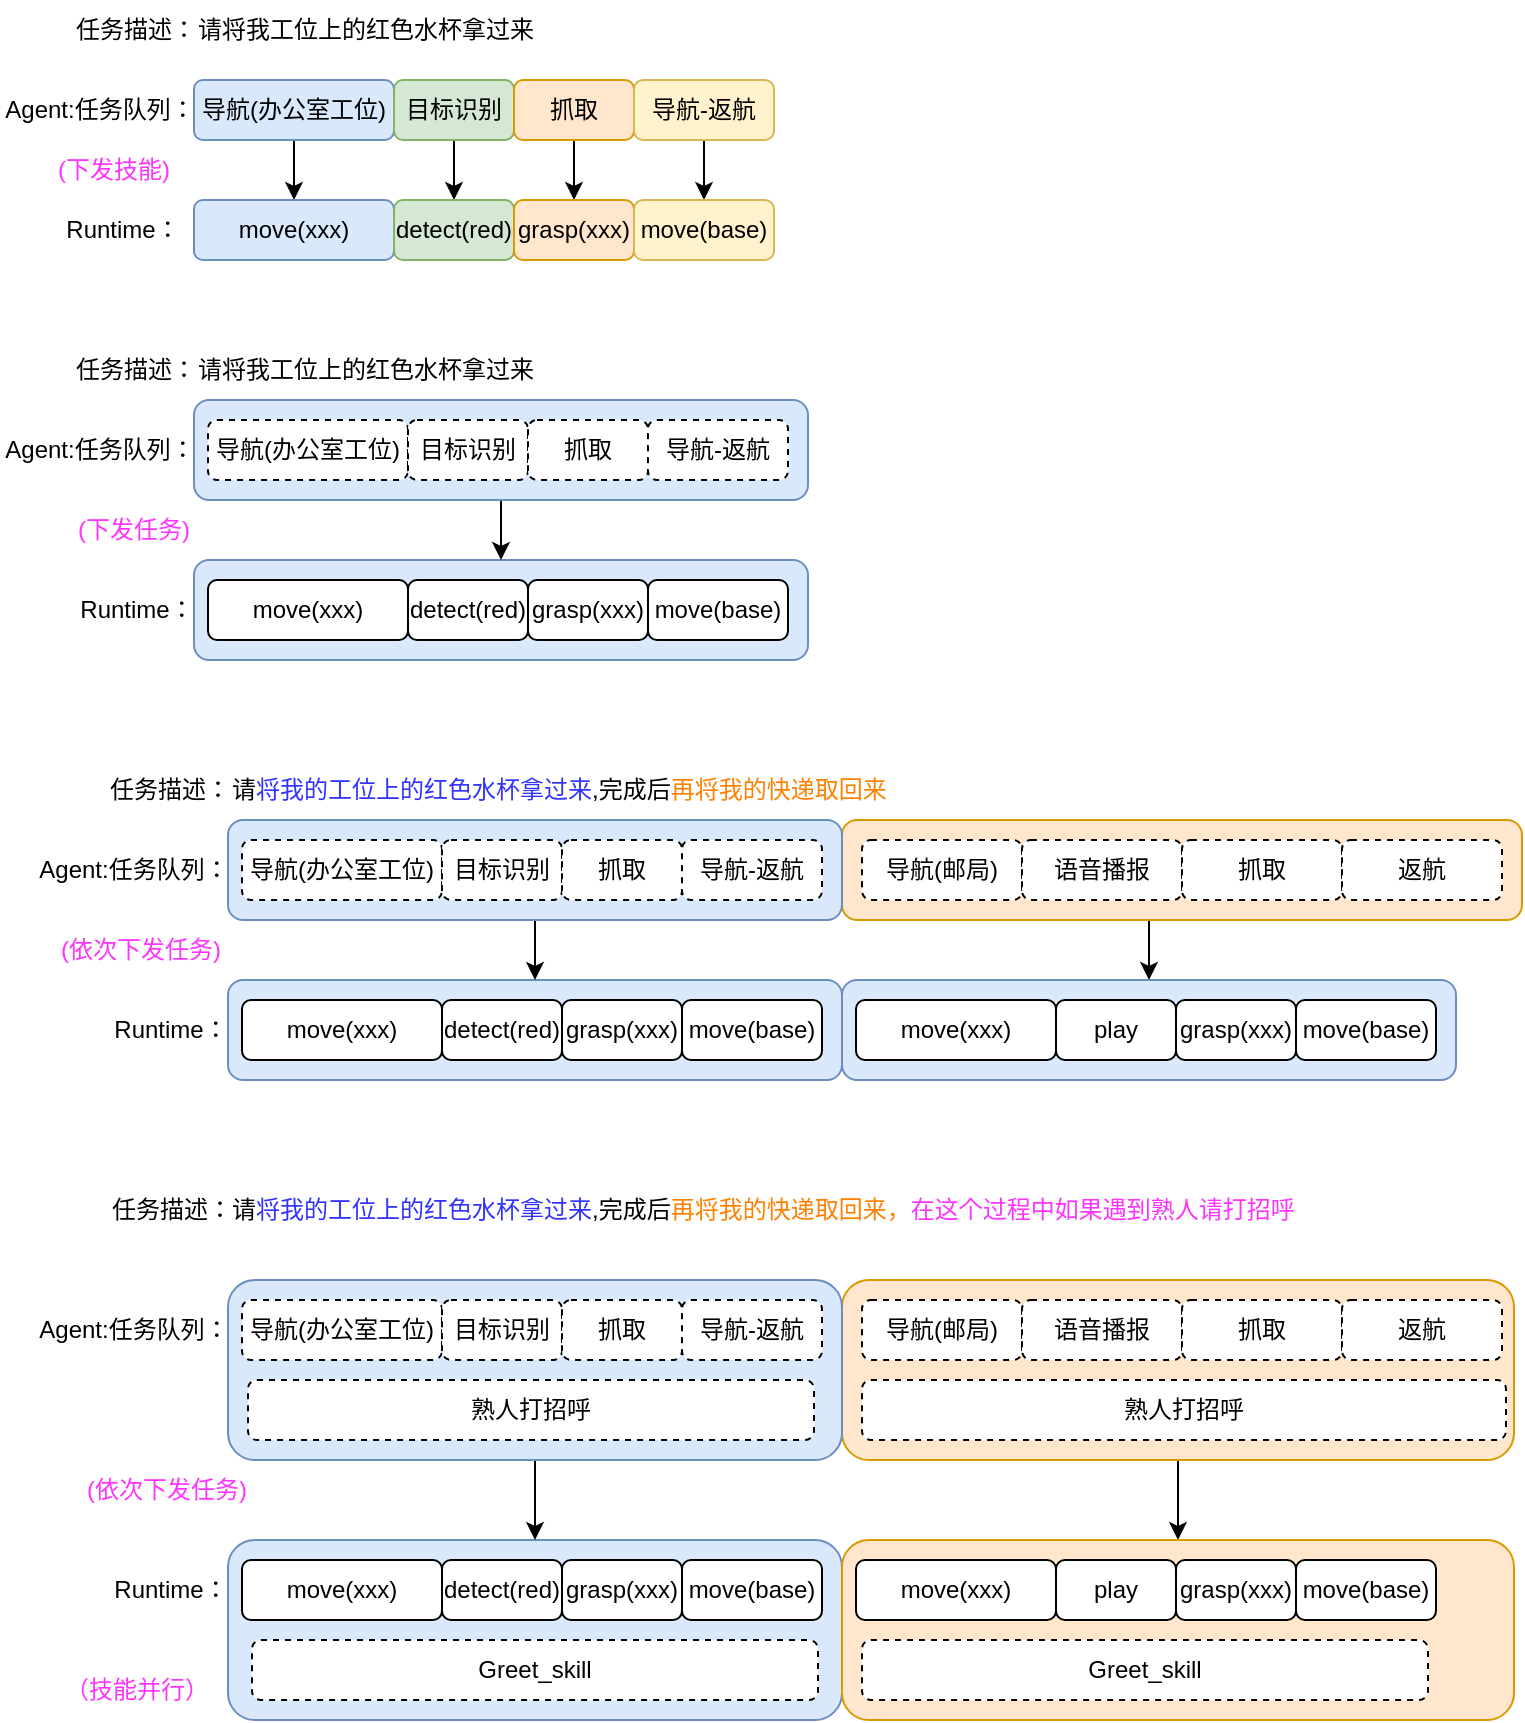
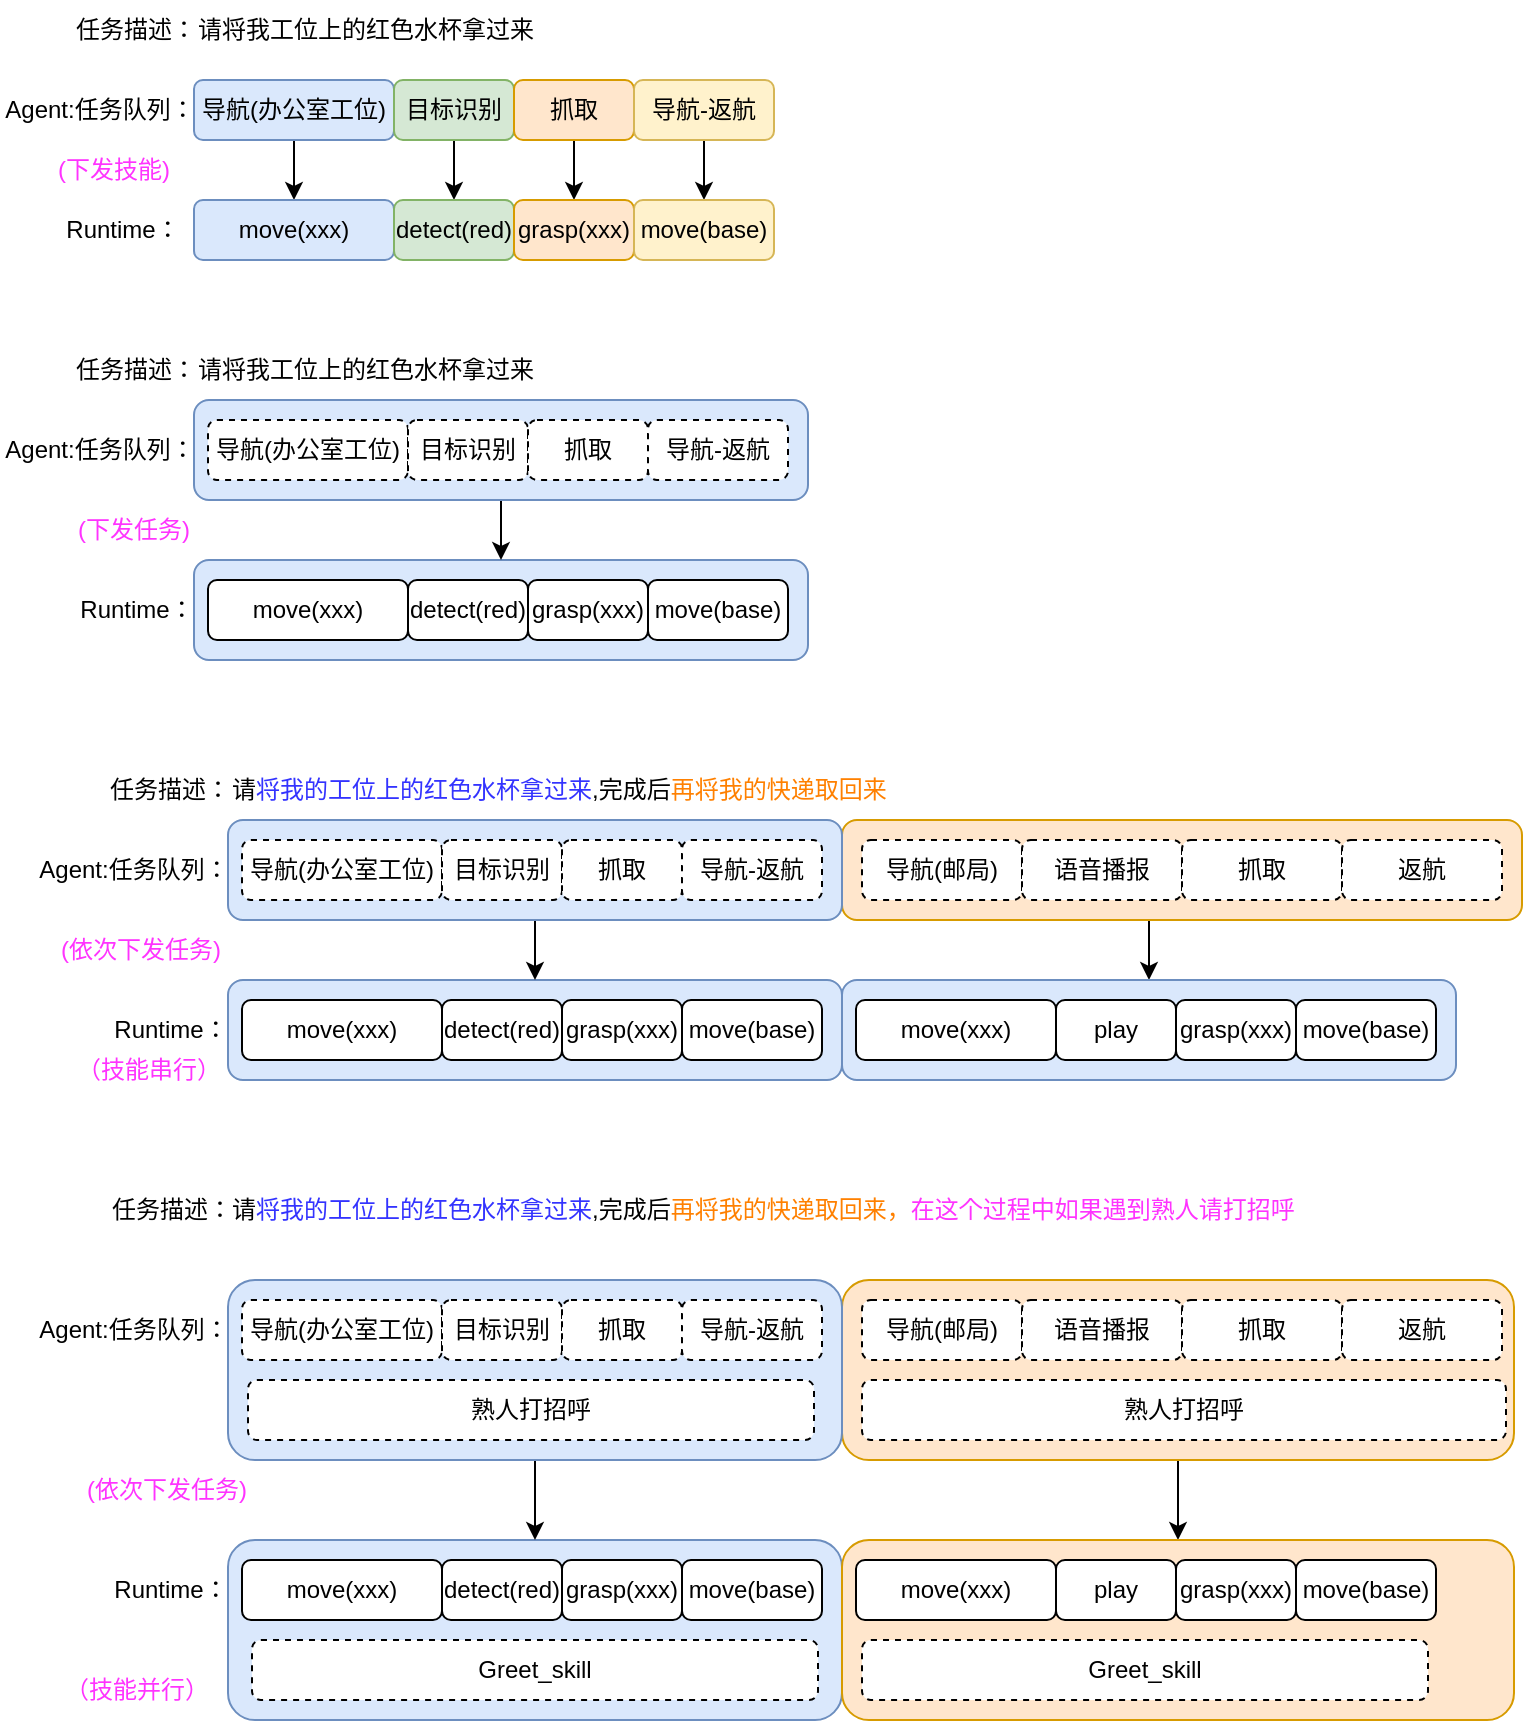
<mxfile host="app.diagrams.net">
  <diagram name="第 1 页" id="AqDmRzZVIJ-5uyctXJOA">
    <mxGraphModel dx="1120" dy="637" grid="1" gridSize="10" guides="1" tooltips="1" connect="1" arrows="1" fold="1" page="1" pageScale="1" pageWidth="2339" pageHeight="3300" math="0" shadow="0">
      <root>
        <mxCell id="0" />
        <mxCell id="1" parent="0" />
        <mxCell id="TX6EBbOIm9mCNyf-wsjQ-69" edge="1" parent="1" source="TX6EBbOIm9mCNyf-wsjQ-63" style="edgeStyle=orthogonalEdgeStyle;rounded=0;orthogonalLoop=1;jettySize=auto;html=1;exitX=0.5;exitY=1;exitDx=0;exitDy=0;entryX=0.5;entryY=0;entryDx=0;entryDy=0;" target="TX6EBbOIm9mCNyf-wsjQ-64">
          <mxGeometry relative="1" as="geometry" />
        </mxCell>
        <mxCell id="TX6EBbOIm9mCNyf-wsjQ-63" parent="1" style="rounded=1;whiteSpace=wrap;html=1;fillColor=#ffe6cc;strokeColor=#d79b00;" value="" vertex="1">
          <mxGeometry height="50" width="340" x="444" y="740" as="geometry" />
        </mxCell>
        <mxCell id="TX6EBbOIm9mCNyf-wsjQ-37" parent="1" style="rounded=1;whiteSpace=wrap;html=1;fillColor=#dae8fc;strokeColor=#6c8ebf;" value="" vertex="1">
          <mxGeometry height="50" width="307" x="120" y="610" as="geometry" />
        </mxCell>
        <mxCell id="TX6EBbOIm9mCNyf-wsjQ-38" edge="1" parent="1" source="TX6EBbOIm9mCNyf-wsjQ-36" style="edgeStyle=orthogonalEdgeStyle;rounded=0;orthogonalLoop=1;jettySize=auto;html=1;exitX=0.5;exitY=1;exitDx=0;exitDy=0;entryX=0.5;entryY=0;entryDx=0;entryDy=0;" target="TX6EBbOIm9mCNyf-wsjQ-37">
          <mxGeometry relative="1" as="geometry" />
        </mxCell>
        <mxCell id="TX6EBbOIm9mCNyf-wsjQ-36" parent="1" style="rounded=1;whiteSpace=wrap;html=1;fillColor=#dae8fc;strokeColor=#6c8ebf;" value="" vertex="1">
          <mxGeometry height="50" width="307" x="120" y="530" as="geometry" />
        </mxCell>
        <mxCell id="TX6EBbOIm9mCNyf-wsjQ-15" edge="1" parent="1" source="TX6EBbOIm9mCNyf-wsjQ-1" style="edgeStyle=orthogonalEdgeStyle;rounded=0;orthogonalLoop=1;jettySize=auto;html=1;exitX=0.5;exitY=1;exitDx=0;exitDy=0;entryX=0.5;entryY=0;entryDx=0;entryDy=0;" target="TX6EBbOIm9mCNyf-wsjQ-11">
          <mxGeometry relative="1" as="geometry" />
        </mxCell>
        <mxCell id="TX6EBbOIm9mCNyf-wsjQ-1" parent="1" style="rounded=1;whiteSpace=wrap;html=1;fillColor=#dae8fc;strokeColor=#6c8ebf;" value="导航(办公室工位)" vertex="1">
          <mxGeometry height="30" width="100" x="120" y="370" as="geometry" />
        </mxCell>
        <mxCell id="TX6EBbOIm9mCNyf-wsjQ-2" parent="1" style="text;html=1;whiteSpace=wrap;strokeColor=none;fillColor=none;align=center;verticalAlign=middle;rounded=0;" value="Agent:任务队列：" vertex="1">
          <mxGeometry height="30" width="100" x="23" y="370" as="geometry" />
        </mxCell>
        <mxCell id="TX6EBbOIm9mCNyf-wsjQ-3" parent="1" style="text;html=1;whiteSpace=wrap;strokeColor=none;fillColor=none;align=center;verticalAlign=middle;rounded=0;" value="任务描述：" vertex="1">
          <mxGeometry height="30" width="70" x="56" y="330" as="geometry" />
        </mxCell>
        <mxCell id="TX6EBbOIm9mCNyf-wsjQ-4" parent="1" style="text;html=1;whiteSpace=wrap;strokeColor=none;fillColor=none;align=left;verticalAlign=middle;rounded=0;" value="请将我工位上的红色水杯拿过来" vertex="1">
          <mxGeometry height="30" width="220" x="120" y="330" as="geometry" />
        </mxCell>
        <mxCell id="TX6EBbOIm9mCNyf-wsjQ-16" edge="1" parent="1" source="TX6EBbOIm9mCNyf-wsjQ-5" style="edgeStyle=orthogonalEdgeStyle;rounded=0;orthogonalLoop=1;jettySize=auto;html=1;exitX=0.5;exitY=1;exitDx=0;exitDy=0;entryX=0.5;entryY=0;entryDx=0;entryDy=0;" target="TX6EBbOIm9mCNyf-wsjQ-12">
          <mxGeometry relative="1" as="geometry" />
        </mxCell>
        <mxCell id="TX6EBbOIm9mCNyf-wsjQ-5" parent="1" style="rounded=1;whiteSpace=wrap;html=1;fillColor=#d5e8d4;strokeColor=#82b366;" value="目标识别" vertex="1">
          <mxGeometry height="30" width="60" x="220" y="370" as="geometry" />
        </mxCell>
        <mxCell id="TX6EBbOIm9mCNyf-wsjQ-17" edge="1" parent="1" source="TX6EBbOIm9mCNyf-wsjQ-6" style="edgeStyle=orthogonalEdgeStyle;rounded=0;orthogonalLoop=1;jettySize=auto;html=1;exitX=0.5;exitY=1;exitDx=0;exitDy=0;entryX=0.5;entryY=0;entryDx=0;entryDy=0;" target="TX6EBbOIm9mCNyf-wsjQ-13">
          <mxGeometry relative="1" as="geometry" />
        </mxCell>
        <mxCell id="TX6EBbOIm9mCNyf-wsjQ-6" parent="1" style="rounded=1;whiteSpace=wrap;html=1;fillColor=#ffe6cc;strokeColor=#d79b00;" value="抓取" vertex="1">
          <mxGeometry height="30" width="60" x="280" y="370" as="geometry" />
        </mxCell>
        <mxCell id="TX6EBbOIm9mCNyf-wsjQ-18" edge="1" parent="1" source="TX6EBbOIm9mCNyf-wsjQ-7" style="edgeStyle=orthogonalEdgeStyle;rounded=0;orthogonalLoop=1;jettySize=auto;html=1;exitX=0.5;exitY=1;exitDx=0;exitDy=0;entryX=0.5;entryY=0;entryDx=0;entryDy=0;" target="TX6EBbOIm9mCNyf-wsjQ-14">
          <mxGeometry relative="1" as="geometry" />
        </mxCell>
        <mxCell id="TX6EBbOIm9mCNyf-wsjQ-7" parent="1" style="rounded=1;whiteSpace=wrap;html=1;fillColor=#fff2cc;strokeColor=#d6b656;" value="导航-返航" vertex="1">
          <mxGeometry height="30" width="70" x="340" y="370" as="geometry" />
        </mxCell>
        <mxCell id="TX6EBbOIm9mCNyf-wsjQ-8" parent="1" style="text;html=1;whiteSpace=wrap;strokeColor=none;fillColor=none;align=center;verticalAlign=middle;rounded=0;" value="Runtime：" vertex="1">
          <mxGeometry height="30" width="57" x="56" y="430" as="geometry" />
        </mxCell>
        <mxCell id="TX6EBbOIm9mCNyf-wsjQ-11" parent="1" style="rounded=1;whiteSpace=wrap;html=1;fillColor=#dae8fc;strokeColor=#6c8ebf;" value="move(xxx)" vertex="1">
          <mxGeometry height="30" width="100" x="120" y="430" as="geometry" />
        </mxCell>
        <mxCell id="TX6EBbOIm9mCNyf-wsjQ-12" parent="1" style="rounded=1;whiteSpace=wrap;html=1;fillColor=#d5e8d4;strokeColor=#82b366;" value="detect(red)" vertex="1">
          <mxGeometry height="30" width="60" x="220" y="430" as="geometry" />
        </mxCell>
        <mxCell id="TX6EBbOIm9mCNyf-wsjQ-13" parent="1" style="rounded=1;whiteSpace=wrap;html=1;fillColor=#ffe6cc;strokeColor=#d79b00;" value="grasp(xxx)" vertex="1">
          <mxGeometry height="30" width="60" x="280" y="430" as="geometry" />
        </mxCell>
        <mxCell id="TX6EBbOIm9mCNyf-wsjQ-14" parent="1" style="rounded=1;whiteSpace=wrap;html=1;fillColor=#fff2cc;strokeColor=#d6b656;" value="move(base)" vertex="1">
          <mxGeometry height="30" width="70" x="340" y="430" as="geometry" />
        </mxCell>
        <mxCell id="TX6EBbOIm9mCNyf-wsjQ-19" parent="1" style="text;html=1;whiteSpace=wrap;strokeColor=none;fillColor=none;align=left;verticalAlign=middle;rounded=0;" value="请将我工位上的红色水杯拿过来" vertex="1">
          <mxGeometry height="30" width="220" x="120" y="500" as="geometry" />
        </mxCell>
        <mxCell id="TX6EBbOIm9mCNyf-wsjQ-20" parent="1" style="text;html=1;whiteSpace=wrap;strokeColor=none;fillColor=none;align=center;verticalAlign=middle;rounded=0;" value="任务描述：" vertex="1">
          <mxGeometry height="30" width="70" x="56" y="500" as="geometry" />
        </mxCell>
        <mxCell id="TX6EBbOIm9mCNyf-wsjQ-22" parent="1" style="rounded=1;whiteSpace=wrap;html=1;dashed=1;" value="导航(办公室工位)" vertex="1">
          <mxGeometry height="30" width="100" x="127" y="540" as="geometry" />
        </mxCell>
        <mxCell id="TX6EBbOIm9mCNyf-wsjQ-23" parent="1" style="text;html=1;whiteSpace=wrap;strokeColor=none;fillColor=none;align=center;verticalAlign=middle;rounded=0;" value="Agent:任务队列：" vertex="1">
          <mxGeometry height="30" width="100" x="23" y="540" as="geometry" />
        </mxCell>
        <mxCell id="TX6EBbOIm9mCNyf-wsjQ-25" parent="1" style="rounded=1;whiteSpace=wrap;html=1;dashed=1;" value="目标识别" vertex="1">
          <mxGeometry height="30" width="60" x="227" y="540" as="geometry" />
        </mxCell>
        <mxCell id="TX6EBbOIm9mCNyf-wsjQ-27" parent="1" style="rounded=1;whiteSpace=wrap;html=1;dashed=1;" value="抓取" vertex="1">
          <mxGeometry height="30" width="60" x="287" y="540" as="geometry" />
        </mxCell>
        <mxCell id="TX6EBbOIm9mCNyf-wsjQ-29" parent="1" style="rounded=1;whiteSpace=wrap;html=1;dashed=1;" value="导航-返航" vertex="1">
          <mxGeometry height="30" width="70" x="347" y="540" as="geometry" />
        </mxCell>
        <mxCell id="TX6EBbOIm9mCNyf-wsjQ-30" parent="1" style="text;html=1;whiteSpace=wrap;strokeColor=none;fillColor=none;align=center;verticalAlign=middle;rounded=0;" value="Runtime：" vertex="1">
          <mxGeometry height="30" width="57" x="62.5" y="620" as="geometry" />
        </mxCell>
        <mxCell id="TX6EBbOIm9mCNyf-wsjQ-31" parent="1" style="rounded=1;whiteSpace=wrap;html=1;" value="move(xxx)" vertex="1">
          <mxGeometry height="30" width="100" x="127" y="620" as="geometry" />
        </mxCell>
        <mxCell id="TX6EBbOIm9mCNyf-wsjQ-32" parent="1" style="rounded=1;whiteSpace=wrap;html=1;" value="detect(red)" vertex="1">
          <mxGeometry height="30" width="60" x="227" y="620" as="geometry" />
        </mxCell>
        <mxCell id="TX6EBbOIm9mCNyf-wsjQ-33" parent="1" style="rounded=1;whiteSpace=wrap;html=1;" value="grasp(xxx)" vertex="1">
          <mxGeometry height="30" width="60" x="287" y="620" as="geometry" />
        </mxCell>
        <mxCell id="TX6EBbOIm9mCNyf-wsjQ-34" parent="1" style="rounded=1;whiteSpace=wrap;html=1;" value="move(base)" vertex="1">
          <mxGeometry height="30" width="70" x="347" y="620" as="geometry" />
        </mxCell>
        <mxCell id="TX6EBbOIm9mCNyf-wsjQ-35" parent="1" style="text;html=1;whiteSpace=wrap;strokeColor=none;fillColor=none;align=center;verticalAlign=middle;rounded=0;fontColor=#FF33FF;" value="(下发技能)" vertex="1">
          <mxGeometry height="30" width="60" x="50" y="400" as="geometry" />
        </mxCell>
        <mxCell id="TX6EBbOIm9mCNyf-wsjQ-39" parent="1" style="text;html=1;whiteSpace=wrap;strokeColor=none;fillColor=none;align=center;verticalAlign=middle;rounded=0;fontColor=#FF33FF;" value="(下发任务)" vertex="1">
          <mxGeometry height="30" width="60" x="59.5" y="580" as="geometry" />
        </mxCell>
        <mxCell id="TX6EBbOIm9mCNyf-wsjQ-40" parent="1" style="rounded=1;whiteSpace=wrap;html=1;fillColor=#dae8fc;strokeColor=#6c8ebf;" value="" vertex="1">
          <mxGeometry height="50" width="307" x="137" y="820" as="geometry" />
        </mxCell>
        <mxCell id="TX6EBbOIm9mCNyf-wsjQ-41" edge="1" parent="1" source="TX6EBbOIm9mCNyf-wsjQ-42" style="edgeStyle=orthogonalEdgeStyle;rounded=0;orthogonalLoop=1;jettySize=auto;html=1;exitX=0.5;exitY=1;exitDx=0;exitDy=0;entryX=0.5;entryY=0;entryDx=0;entryDy=0;" target="TX6EBbOIm9mCNyf-wsjQ-40">
          <mxGeometry relative="1" as="geometry" />
        </mxCell>
        <mxCell id="TX6EBbOIm9mCNyf-wsjQ-42" parent="1" style="rounded=1;whiteSpace=wrap;html=1;fillColor=#dae8fc;strokeColor=#6c8ebf;" value="" vertex="1">
          <mxGeometry height="50" width="307" x="137" y="740" as="geometry" />
        </mxCell>
        <mxCell id="TX6EBbOIm9mCNyf-wsjQ-43" parent="1" style="text;html=1;whiteSpace=wrap;strokeColor=none;fillColor=none;align=left;verticalAlign=middle;rounded=0;" value="请&lt;font style=&quot;color: rgb(51, 51, 255);&quot;&gt;将我的工位上的红色水杯拿过来&lt;/font&gt;,完成后&lt;font style=&quot;color: rgb(255, 128, 0);&quot;&gt;再将我的快递取回来&lt;/font&gt;" vertex="1">
          <mxGeometry height="30" width="373" x="137" y="710" as="geometry" />
        </mxCell>
        <mxCell id="TX6EBbOIm9mCNyf-wsjQ-44" parent="1" style="text;html=1;whiteSpace=wrap;strokeColor=none;fillColor=none;align=center;verticalAlign=middle;rounded=0;" value="任务描述：" vertex="1">
          <mxGeometry height="30" width="70" x="73" y="710" as="geometry" />
        </mxCell>
        <mxCell id="TX6EBbOIm9mCNyf-wsjQ-45" parent="1" style="rounded=1;whiteSpace=wrap;html=1;dashed=1;" value="导航(办公室工位)" vertex="1">
          <mxGeometry height="30" width="100" x="144" y="750" as="geometry" />
        </mxCell>
        <mxCell id="TX6EBbOIm9mCNyf-wsjQ-46" parent="1" style="text;html=1;whiteSpace=wrap;strokeColor=none;fillColor=none;align=center;verticalAlign=middle;rounded=0;" value="Agent:任务队列：" vertex="1">
          <mxGeometry height="30" width="100" x="40" y="750" as="geometry" />
        </mxCell>
        <mxCell id="TX6EBbOIm9mCNyf-wsjQ-47" parent="1" style="rounded=1;whiteSpace=wrap;html=1;dashed=1;" value="目标识别" vertex="1">
          <mxGeometry height="30" width="60" x="244" y="750" as="geometry" />
        </mxCell>
        <mxCell id="TX6EBbOIm9mCNyf-wsjQ-48" parent="1" style="rounded=1;whiteSpace=wrap;html=1;dashed=1;" value="抓取" vertex="1">
          <mxGeometry height="30" width="60" x="304" y="750" as="geometry" />
        </mxCell>
        <mxCell id="TX6EBbOIm9mCNyf-wsjQ-49" parent="1" style="rounded=1;whiteSpace=wrap;html=1;dashed=1;" value="导航-返航" vertex="1">
          <mxGeometry height="30" width="70" x="364" y="750" as="geometry" />
        </mxCell>
        <mxCell id="TX6EBbOIm9mCNyf-wsjQ-50" parent="1" style="text;html=1;whiteSpace=wrap;strokeColor=none;fillColor=none;align=center;verticalAlign=middle;rounded=0;" value="Runtime：" vertex="1">
          <mxGeometry height="30" width="57" x="79.5" y="830" as="geometry" />
        </mxCell>
        <mxCell id="TX6EBbOIm9mCNyf-wsjQ-51" parent="1" style="rounded=1;whiteSpace=wrap;html=1;" value="move(xxx)" vertex="1">
          <mxGeometry height="30" width="100" x="144" y="830" as="geometry" />
        </mxCell>
        <mxCell id="TX6EBbOIm9mCNyf-wsjQ-52" parent="1" style="rounded=1;whiteSpace=wrap;html=1;" value="detect(red)" vertex="1">
          <mxGeometry height="30" width="60" x="244" y="830" as="geometry" />
        </mxCell>
        <mxCell id="TX6EBbOIm9mCNyf-wsjQ-53" parent="1" style="rounded=1;whiteSpace=wrap;html=1;" value="grasp(xxx)" vertex="1">
          <mxGeometry height="30" width="60" x="304" y="830" as="geometry" />
        </mxCell>
        <mxCell id="TX6EBbOIm9mCNyf-wsjQ-54" parent="1" style="rounded=1;whiteSpace=wrap;html=1;" value="move(base)" vertex="1">
          <mxGeometry height="30" width="70" x="364" y="830" as="geometry" />
        </mxCell>
        <mxCell id="TX6EBbOIm9mCNyf-wsjQ-55" parent="1" style="text;html=1;whiteSpace=wrap;strokeColor=none;fillColor=none;align=center;verticalAlign=middle;rounded=0;fontColor=#FF33FF;" value="(依次下发任务)" vertex="1">
          <mxGeometry height="30" width="86.5" x="50" y="790" as="geometry" />
        </mxCell>
        <mxCell id="TX6EBbOIm9mCNyf-wsjQ-56" parent="1" style="rounded=1;whiteSpace=wrap;html=1;dashed=1;" value="导航(邮局)" vertex="1">
          <mxGeometry height="30" width="80" x="454" y="750" as="geometry" />
        </mxCell>
        <mxCell id="TX6EBbOIm9mCNyf-wsjQ-60" parent="1" style="rounded=1;whiteSpace=wrap;html=1;dashed=1;" value="语音播报" vertex="1">
          <mxGeometry height="30" width="80" x="534" y="750" as="geometry" />
        </mxCell>
        <mxCell id="TX6EBbOIm9mCNyf-wsjQ-61" parent="1" style="rounded=1;whiteSpace=wrap;html=1;dashed=1;" value="抓取" vertex="1">
          <mxGeometry height="30" width="80" x="614" y="750" as="geometry" />
        </mxCell>
        <mxCell id="TX6EBbOIm9mCNyf-wsjQ-62" parent="1" style="rounded=1;whiteSpace=wrap;html=1;dashed=1;" value="返航" vertex="1">
          <mxGeometry height="30" width="80" x="694" y="750" as="geometry" />
        </mxCell>
        <mxCell id="TX6EBbOIm9mCNyf-wsjQ-64" parent="1" style="rounded=1;whiteSpace=wrap;html=1;fillColor=#dae8fc;strokeColor=#6c8ebf;" value="" vertex="1">
          <mxGeometry height="50" width="307" x="444" y="820" as="geometry" />
        </mxCell>
        <mxCell id="TX6EBbOIm9mCNyf-wsjQ-65" parent="1" style="rounded=1;whiteSpace=wrap;html=1;" value="move(xxx)" vertex="1">
          <mxGeometry height="30" width="100" x="451" y="830" as="geometry" />
        </mxCell>
        <mxCell id="TX6EBbOIm9mCNyf-wsjQ-66" parent="1" style="rounded=1;whiteSpace=wrap;html=1;" value="play" vertex="1">
          <mxGeometry height="30" width="60" x="551" y="830" as="geometry" />
        </mxCell>
        <mxCell id="TX6EBbOIm9mCNyf-wsjQ-67" parent="1" style="rounded=1;whiteSpace=wrap;html=1;" value="grasp(xxx)" vertex="1">
          <mxGeometry height="30" width="60" x="611" y="830" as="geometry" />
        </mxCell>
        <mxCell id="TX6EBbOIm9mCNyf-wsjQ-68" parent="1" style="rounded=1;whiteSpace=wrap;html=1;" value="move(base)" vertex="1">
          <mxGeometry height="30" width="70" x="671" y="830" as="geometry" />
        </mxCell>
        <mxCell id="TX6EBbOIm9mCNyf-wsjQ-70" parent="1" style="text;html=1;whiteSpace=wrap;strokeColor=none;fillColor=none;align=left;verticalAlign=middle;rounded=0;" value="请&lt;font style=&quot;color: rgb(51, 51, 255);&quot;&gt;将我的工位上的红色水杯拿过来&lt;/font&gt;,完成后&lt;font style=&quot;color: rgb(255, 128, 0);&quot;&gt;再将我的快递取回来，&lt;/font&gt;&lt;font style=&quot;color: rgb(255, 51, 255);&quot;&gt;在这个过程中如果遇到熟人请打招呼&lt;/font&gt;" vertex="1">
          <mxGeometry height="30" width="583" x="137" y="920" as="geometry" />
        </mxCell>
        <mxCell id="TX6EBbOIm9mCNyf-wsjQ-71" parent="1" style="text;html=1;whiteSpace=wrap;strokeColor=none;fillColor=none;align=center;verticalAlign=middle;rounded=0;" value="任务描述：" vertex="1">
          <mxGeometry height="30" width="70" x="74" y="920" as="geometry" />
        </mxCell>
        <mxCell id="TX6EBbOIm9mCNyf-wsjQ-104" edge="1" parent="1" source="TX6EBbOIm9mCNyf-wsjQ-73" style="edgeStyle=orthogonalEdgeStyle;rounded=0;orthogonalLoop=1;jettySize=auto;html=1;exitX=0.5;exitY=1;exitDx=0;exitDy=0;entryX=0.5;entryY=0;entryDx=0;entryDy=0;" target="TX6EBbOIm9mCNyf-wsjQ-94">
          <mxGeometry relative="1" as="geometry" />
        </mxCell>
        <mxCell id="TX6EBbOIm9mCNyf-wsjQ-73" parent="1" style="rounded=1;whiteSpace=wrap;html=1;fillColor=#ffe6cc;strokeColor=#d79b00;" value="" vertex="1">
          <mxGeometry height="90" width="336" x="444" y="970" as="geometry" />
        </mxCell>
        <mxCell id="TX6EBbOIm9mCNyf-wsjQ-74" parent="1" style="rounded=1;whiteSpace=wrap;html=1;fillColor=#dae8fc;strokeColor=#6c8ebf;" value="" vertex="1">
          <mxGeometry height="90" width="307" x="137" y="1100" as="geometry" />
        </mxCell>
        <mxCell id="TX6EBbOIm9mCNyf-wsjQ-103" edge="1" parent="1" source="TX6EBbOIm9mCNyf-wsjQ-76" style="edgeStyle=orthogonalEdgeStyle;rounded=0;orthogonalLoop=1;jettySize=auto;html=1;exitX=0.5;exitY=1;exitDx=0;exitDy=0;entryX=0.5;entryY=0;entryDx=0;entryDy=0;" target="TX6EBbOIm9mCNyf-wsjQ-74">
          <mxGeometry relative="1" as="geometry" />
        </mxCell>
        <mxCell id="TX6EBbOIm9mCNyf-wsjQ-76" parent="1" style="rounded=1;whiteSpace=wrap;html=1;fillColor=#dae8fc;strokeColor=#6c8ebf;" value="" vertex="1">
          <mxGeometry height="90" width="307" x="137" y="970" as="geometry" />
        </mxCell>
        <mxCell id="TX6EBbOIm9mCNyf-wsjQ-79" parent="1" style="rounded=1;whiteSpace=wrap;html=1;dashed=1;" value="导航(办公室工位)" vertex="1">
          <mxGeometry height="30" width="100" x="144" y="980" as="geometry" />
        </mxCell>
        <mxCell id="TX6EBbOIm9mCNyf-wsjQ-80" parent="1" style="text;html=1;whiteSpace=wrap;strokeColor=none;fillColor=none;align=center;verticalAlign=middle;rounded=0;" value="Agent:任务队列：" vertex="1">
          <mxGeometry height="30" width="100" x="40" y="980" as="geometry" />
        </mxCell>
        <mxCell id="TX6EBbOIm9mCNyf-wsjQ-81" parent="1" style="rounded=1;whiteSpace=wrap;html=1;dashed=1;" value="目标识别" vertex="1">
          <mxGeometry height="30" width="60" x="244" y="980" as="geometry" />
        </mxCell>
        <mxCell id="TX6EBbOIm9mCNyf-wsjQ-82" parent="1" style="rounded=1;whiteSpace=wrap;html=1;dashed=1;" value="抓取" vertex="1">
          <mxGeometry height="30" width="60" x="304" y="980" as="geometry" />
        </mxCell>
        <mxCell id="TX6EBbOIm9mCNyf-wsjQ-83" parent="1" style="rounded=1;whiteSpace=wrap;html=1;dashed=1;" value="导航-返航" vertex="1">
          <mxGeometry height="30" width="70" x="364" y="980" as="geometry" />
        </mxCell>
        <mxCell id="TX6EBbOIm9mCNyf-wsjQ-84" parent="1" style="text;html=1;whiteSpace=wrap;strokeColor=none;fillColor=none;align=center;verticalAlign=middle;rounded=0;" value="Runtime：" vertex="1">
          <mxGeometry height="30" width="57" x="79.5" y="1110" as="geometry" />
        </mxCell>
        <mxCell id="TX6EBbOIm9mCNyf-wsjQ-85" parent="1" style="rounded=1;whiteSpace=wrap;html=1;" value="move(xxx)" vertex="1">
          <mxGeometry height="30" width="100" x="144" y="1110" as="geometry" />
        </mxCell>
        <mxCell id="TX6EBbOIm9mCNyf-wsjQ-86" parent="1" style="rounded=1;whiteSpace=wrap;html=1;" value="detect(red)" vertex="1">
          <mxGeometry height="30" width="60" x="244" y="1110" as="geometry" />
        </mxCell>
        <mxCell id="TX6EBbOIm9mCNyf-wsjQ-87" parent="1" style="rounded=1;whiteSpace=wrap;html=1;" value="grasp(xxx)" vertex="1">
          <mxGeometry height="30" width="60" x="304" y="1110" as="geometry" />
        </mxCell>
        <mxCell id="TX6EBbOIm9mCNyf-wsjQ-88" parent="1" style="rounded=1;whiteSpace=wrap;html=1;" value="move(base)" vertex="1">
          <mxGeometry height="30" width="70" x="364" y="1110" as="geometry" />
        </mxCell>
        <mxCell id="TX6EBbOIm9mCNyf-wsjQ-89" parent="1" style="text;html=1;whiteSpace=wrap;strokeColor=none;fillColor=none;align=center;verticalAlign=middle;rounded=0;fontColor=#FF33FF;" value="(依次下发任务)" vertex="1">
          <mxGeometry height="30" width="86.5" x="62.5" y="1060" as="geometry" />
        </mxCell>
        <mxCell id="TX6EBbOIm9mCNyf-wsjQ-90" parent="1" style="rounded=1;whiteSpace=wrap;html=1;dashed=1;" value="导航(邮局)" vertex="1">
          <mxGeometry height="30" width="80" x="454" y="980" as="geometry" />
        </mxCell>
        <mxCell id="TX6EBbOIm9mCNyf-wsjQ-91" parent="1" style="rounded=1;whiteSpace=wrap;html=1;dashed=1;" value="语音播报" vertex="1">
          <mxGeometry height="30" width="80" x="534" y="980" as="geometry" />
        </mxCell>
        <mxCell id="TX6EBbOIm9mCNyf-wsjQ-92" parent="1" style="rounded=1;whiteSpace=wrap;html=1;dashed=1;" value="抓取" vertex="1">
          <mxGeometry height="30" width="80" x="614" y="980" as="geometry" />
        </mxCell>
        <mxCell id="TX6EBbOIm9mCNyf-wsjQ-93" parent="1" style="rounded=1;whiteSpace=wrap;html=1;dashed=1;" value="返航" vertex="1">
          <mxGeometry height="30" width="80" x="694" y="980" as="geometry" />
        </mxCell>
        <mxCell id="TX6EBbOIm9mCNyf-wsjQ-94" parent="1" style="rounded=1;whiteSpace=wrap;html=1;fillColor=#ffe6cc;strokeColor=#d79b00;" value="" vertex="1">
          <mxGeometry height="90" width="336" x="444" y="1100" as="geometry" />
        </mxCell>
        <mxCell id="TX6EBbOIm9mCNyf-wsjQ-95" parent="1" style="rounded=1;whiteSpace=wrap;html=1;" value="move(xxx)" vertex="1">
          <mxGeometry height="30" width="100" x="451" y="1110" as="geometry" />
        </mxCell>
        <mxCell id="TX6EBbOIm9mCNyf-wsjQ-96" parent="1" style="rounded=1;whiteSpace=wrap;html=1;" value="play" vertex="1">
          <mxGeometry height="30" width="60" x="551" y="1110" as="geometry" />
        </mxCell>
        <mxCell id="TX6EBbOIm9mCNyf-wsjQ-97" parent="1" style="rounded=1;whiteSpace=wrap;html=1;" value="grasp(xxx)" vertex="1">
          <mxGeometry height="30" width="60" x="611" y="1110" as="geometry" />
        </mxCell>
        <mxCell id="TX6EBbOIm9mCNyf-wsjQ-98" parent="1" style="rounded=1;whiteSpace=wrap;html=1;" value="move(base)" vertex="1">
          <mxGeometry height="30" width="70" x="671" y="1110" as="geometry" />
        </mxCell>
        <mxCell id="TX6EBbOIm9mCNyf-wsjQ-99" parent="1" style="rounded=1;whiteSpace=wrap;html=1;dashed=1;" value="熟人打招呼" vertex="1">
          <mxGeometry height="30" width="283" x="147" y="1020" as="geometry" />
        </mxCell>
        <mxCell id="TX6EBbOIm9mCNyf-wsjQ-100" parent="1" style="rounded=1;whiteSpace=wrap;html=1;dashed=1;" value="熟人打招呼" vertex="1">
          <mxGeometry height="30" width="322" x="454" y="1020" as="geometry" />
        </mxCell>
        <mxCell id="TX6EBbOIm9mCNyf-wsjQ-101" parent="1" style="rounded=1;whiteSpace=wrap;html=1;dashed=1;" value="Greet_skill" vertex="1">
          <mxGeometry height="30" width="283" x="149" y="1150" as="geometry" />
        </mxCell>
        <mxCell id="TX6EBbOIm9mCNyf-wsjQ-102" parent="1" style="rounded=1;whiteSpace=wrap;html=1;dashed=1;" value="Greet_skill" vertex="1">
          <mxGeometry height="30" width="283" x="454" y="1150" as="geometry" />
        </mxCell>
        <mxCell id="TX6EBbOIm9mCNyf-wsjQ-105" parent="1" style="text;html=1;whiteSpace=wrap;strokeColor=none;fillColor=none;align=center;verticalAlign=middle;rounded=0;fontColor=#FF33FF;" value="（技能并行）" vertex="1">
          <mxGeometry height="30" width="86.5" x="47.75" y="1160" as="geometry" />
        </mxCell>
+         <mxCell id="TX6EBbOIm9mCNyf-wsjQ-106" parent="1" style="text;html=1;whiteSpace=wrap;strokeColor=none;fillColor=none;align=center;verticalAlign=middle;rounded=0;fontColor=#FF33FF;" value="（技能串行）" vertex="1">
+           <mxGeometry height="30" width="86.5" x="53.5" y="850" as="geometry" />
+         </mxCell>
      </root>
    </mxGraphModel>
  </diagram>
</mxfile>
